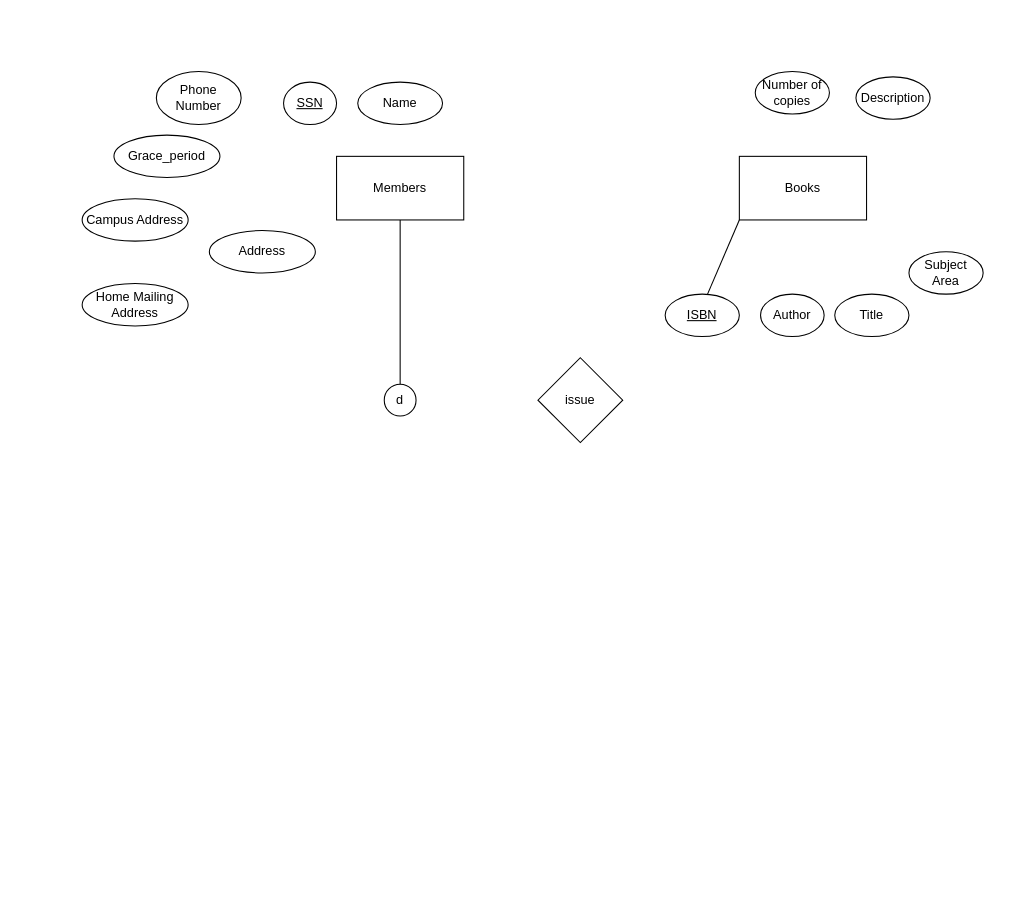
The draw.io diagram er.drawio in aditpatil10/Library-Management-System, before the edit. Source tidied: cells renumbered, new cells numbered last; positions are measured from the earlier drawing's top-left corner, leaving out a move shared by most shapes. Both pictures are drawn from the tidied source at 106%, with x=0, y=0 at pixel (82, 71).
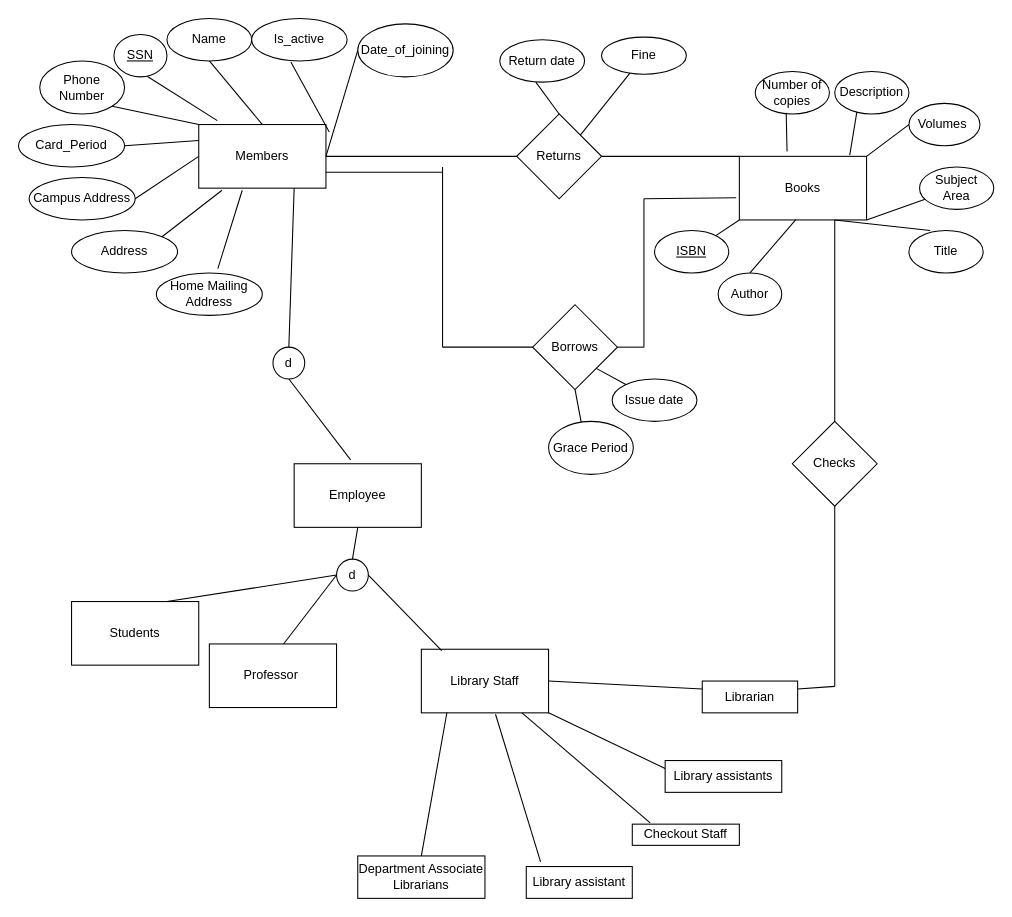
Above is the later version.

The change refers to these unchanged cells:
```xml
<mxCell id="4" value="Books" style="rounded=0;whiteSpace=wrap;html=1;" parent="1" vertex="1">
  <mxGeometry x="620" y="80" width="120" height="60" as="geometry" />
</mxCell>
<mxCell id="20" value="Number of copies" style="ellipse;whiteSpace=wrap;html=1;align=center;" parent="1" vertex="1">
  <mxGeometry x="635" width="70" height="40" as="geometry" />
</mxCell>
```

The edit, as a diff of the source:
```diff
@@
     <mxCell id="2" style="rounded=0;whiteSpace=wrap;html=1;" parent="1" vertex="1">
-      <mxGeometry x="240" y="80" width="120" height="60" as="geometry" />
+      <mxGeometry x="110" y="50" width="120" height="60" as="geometry" />
     </mxCell>
     <mxCell id="3" value="Members" style="text;html=1;strokeColor=none;fillColor=none;align=center;verticalAlign=middle;whiteSpace=wrap;rounded=0;" parent="1" vertex="1">
-      <mxGeometry x="280" y="100" width="40" height="20" as="geometry" />
+      <mxGeometry x="150" y="70" width="40" height="20" as="geometry" />
     </mxCell>
@@
-    <mxCell id="5" style="endArrow=none;html=1;" parent="1" edge="1">
+    <mxCell id="5" style="endArrow=none;html=1;" parent="1" edge="1" source="16">
       <mxGeometry relative="1" as="geometry">
-        <mxPoint x="590" y="210" as="sourcePoint" />
         <mxPoint x="620" y="140" as="targetPoint" />
       </mxGeometry>
     </mxCell>
-    <mxCell id="6" value="issue" style="rhombus;whiteSpace=wrap;html=1;" parent="1" vertex="1">
-      <mxGeometry x="430" y="270" width="80" height="80" as="geometry" />
+    <mxCell id="6" value="Borrows" style="rhombus;whiteSpace=wrap;html=1;" parent="1" vertex="1">
+      <mxGeometry x="425" y="220" width="80" height="80" as="geometry" />
     </mxCell>
     <mxCell id="7" value="SSN" style="ellipse;whiteSpace=wrap;html=1;fontStyle=4;" parent="1" vertex="1">
-      <mxGeometry x="190" y="10" width="50" height="40" as="geometry" />
+      <mxGeometry x="30" y="-35" width="50" height="40" as="geometry" />
     </mxCell>
     <mxCell id="8" value="Name" style="ellipse;whiteSpace=wrap;html=1;" parent="1" vertex="1">
-      <mxGeometry x="260" y="10" width="80" height="40" as="geometry" />
+      <mxGeometry x="80" y="-50" width="80" height="40" as="geometry" />
     </mxCell>
     <mxCell id="9" value="Phone Number" style="ellipse;whiteSpace=wrap;html=1;" parent="1" vertex="1">
-      <mxGeometry x="70" width="80" height="50" as="geometry" />
+      <mxGeometry x="-40" y="-10" width="80" height="50" as="geometry" />
     </mxCell>
     <mxCell id="10" value="Campus Address" style="ellipse;whiteSpace=wrap;html=1;align=center;" parent="1" vertex="1">
-      <mxGeometry y="120" width="100" height="40" as="geometry" />
+      <mxGeometry x="-50" y="100" width="100" height="40" as="geometry" />
     </mxCell>
     <mxCell id="11" value="Address" style="ellipse;whiteSpace=wrap;html=1;align=center;" parent="1" vertex="1">
-      <mxGeometry x="120" y="150" width="100" height="40" as="geometry" />
+      <mxGeometry x="-10" y="150" width="100" height="40" as="geometry" />
     </mxCell>
     <mxCell id="12" value="Home Mailing Address" style="ellipse;whiteSpace=wrap;html=1;align=center;" parent="1" vertex="1">
-      <mxGeometry y="200" width="100" height="40" as="geometry" />
+      <mxGeometry x="70" y="190" width="100" height="40" as="geometry" />
     </mxCell>
     <mxCell id="13" value="d" style="ellipse;whiteSpace=wrap;html=1;" parent="1" vertex="1">
-      <mxGeometry x="285" y="295" width="30" height="30" as="geometry" />
+      <mxGeometry x="180" y="260" width="30" height="30" as="geometry" />
     </mxCell>
-    <mxCell id="14" style="endArrow=none;html=1;entryX=0.5;entryY=1;entryDx=0;entryDy=0;exitX=0.5;exitY=0;exitDx=0;exitDy=0;" parent="1" edge="1" source="13" target="2">
+    <mxCell id="14" style="endArrow=none;html=1;entryX=0.75;entryY=1;entryDx=0;entryDy=0;exitX=0.5;exitY=0;exitDx=0;exitDy=0;" parent="1" edge="1" source="13" target="2">
       <mxGeometry relative="1" as="geometry" />
     </mxCell>
-    <mxCell id="15" value="Grace_period" style="ellipse;whiteSpace=wrap;html=1;align=center;" parent="1" vertex="1">
-      <mxGeometry x="30" y="60" width="100" height="40" as="geometry" />
+    <mxCell id="15" value="Card_Period" style="ellipse;whiteSpace=wrap;html=1;align=center;" parent="1" vertex="1">
+      <mxGeometry x="-60" y="50" width="100" height="40" as="geometry" />
     </mxCell>
-    <mxCell id="16" value="ISBN" style="ellipse;whiteSpace=wrap;html=1;align=center;fontStyle=4;" parent="1" vertex="1">
-      <mxGeometry x="550" y="210" width="70" height="40" as="geometry" />
-    </mxCell>
     <mxCell id="17" value="Author" style="ellipse;whiteSpace=wrap;html=1;align=center;" parent="1" vertex="1">
-      <mxGeometry x="640" y="210" width="60" height="40" as="geometry" />
+      <mxGeometry x="600" y="190" width="60" height="40" as="geometry" />
     </mxCell>
     <mxCell id="18" value="Title" style="ellipse;whiteSpace=wrap;html=1;align=center;" parent="1" vertex="1">
-      <mxGeometry x="710" y="210" width="70" height="40" as="geometry" />
+      <mxGeometry x="780" y="150" width="70" height="40" as="geometry" />
     </mxCell>
     <mxCell id="19" value="Subject Area" style="ellipse;whiteSpace=wrap;html=1;align=center;" parent="1" vertex="1">
-      <mxGeometry x="780" y="170" width="70" height="40" as="geometry" />
+      <mxGeometry x="790" y="90" width="70" height="40" as="geometry" />
     </mxCell>
@@
     <mxCell id="21" value="Description" style="ellipse;whiteSpace=wrap;html=1;align=center;" parent="1" vertex="1">
-      <mxGeometry x="730" y="5" width="70" height="40" as="geometry" />
+      <mxGeometry x="710" width="70" height="40" as="geometry" />
     </mxCell>
+    <mxCell id="22" style="endArrow=none;html=1;entryX=0.444;entryY=0.994;entryDx=0;entryDy=0;entryPerimeter=0;exitX=0.5;exitY=0;exitDx=0;exitDy=0;" parent="1" edge="1" source="17" target="4">
+      <mxGeometry relative="1" as="geometry" />
+    </mxCell>
+    <mxCell id="23" style="endArrow=none;html=1;entryX=1;entryY=1;entryDx=0;entryDy=0;" parent="1" edge="1" source="19" target="4">
+      <mxGeometry relative="1" as="geometry" />
+    </mxCell>
+    <mxCell id="24" style="endArrow=none;html=1;entryX=0.75;entryY=1;entryDx=0;entryDy=0;exitX=0.286;exitY=0;exitDx=0;exitDy=0;exitPerimeter=0;" parent="1" edge="1" source="18" target="4">
+      <mxGeometry relative="1" as="geometry" />
+    </mxCell>
+    <mxCell id="16" value="ISBN" style="ellipse;whiteSpace=wrap;html=1;align=center;fontStyle=4;" parent="1" vertex="1">
+      <mxGeometry x="540" y="150" width="70" height="40" as="geometry" />
+    </mxCell>
+    <mxCell id="25" style="endArrow=none;html=1;exitX=0.868;exitY=-0.019;exitDx=0;exitDy=0;exitPerimeter=0;entryX=0.298;entryY=0.95;entryDx=0;entryDy=0;entryPerimeter=0;" parent="1" edge="1" source="4" target="21">
+      <mxGeometry relative="1" as="geometry" />
+    </mxCell>
+    <mxCell id="26" style="endArrow=none;html=1;entryX=0.417;entryY=0.971;entryDx=0;entryDy=0;entryPerimeter=0;exitX=0.375;exitY=-0.075;exitDx=0;exitDy=0;exitPerimeter=0;" parent="1" edge="1" source="4" target="20">
+      <mxGeometry relative="1" as="geometry" />
+    </mxCell>
+    <mxCell id="27" style="endArrow=none;html=1;entryX=0.5;entryY=1;entryDx=0;entryDy=0;exitX=0.5;exitY=0;exitDx=0;exitDy=0;" parent="1" edge="1" source="2" target="8">
+      <mxGeometry relative="1" as="geometry" />
+    </mxCell>
+    <mxCell id="28" style="endArrow=none;html=1;exitX=1;exitY=0;exitDx=0;exitDy=0;entryX=0.183;entryY=1.033;entryDx=0;entryDy=0;entryPerimeter=0;" parent="1" edge="1" source="11" target="2">
+      <mxGeometry relative="1" as="geometry" />
+    </mxCell>
+    <mxCell id="29" style="endArrow=none;html=1;entryX=0.633;entryY=0.992;entryDx=0;entryDy=0;entryPerimeter=0;exitX=0.146;exitY=-0.061;exitDx=0;exitDy=0;exitPerimeter=0;" parent="1" edge="1" source="2" target="7">
+      <mxGeometry relative="1" as="geometry" />
+    </mxCell>
+    <mxCell id="30" style="endArrow=none;html=1;exitX=1;exitY=1;exitDx=0;exitDy=0;entryX=0;entryY=0;entryDx=0;entryDy=0;" parent="1" edge="1" source="9" target="2">
+      <mxGeometry relative="1" as="geometry" />
+    </mxCell>
+    <mxCell id="31" style="endArrow=none;html=1;exitX=1;exitY=0.5;exitDx=0;exitDy=0;entryX=0;entryY=0.25;entryDx=0;entryDy=0;" parent="1" edge="1" source="15" target="2">
+      <mxGeometry relative="1" as="geometry" />
+    </mxCell>
+    <mxCell id="32" style="endArrow=none;html=1;exitX=1;exitY=0.5;exitDx=0;exitDy=0;entryX=0;entryY=0.5;entryDx=0;entryDy=0;" parent="1" edge="1" source="10" target="2">
+      <mxGeometry relative="1" as="geometry" />
+    </mxCell>
+    <mxCell id="33" value="Is_active" style="ellipse;whiteSpace=wrap;html=1;" parent="1" vertex="1">
+      <mxGeometry x="160" y="-50" width="90" height="40" as="geometry" />
+    </mxCell>
+    <mxCell id="34" style="endArrow=none;html=1;exitX=1.026;exitY=0.116;exitDx=0;exitDy=0;exitPerimeter=0;entryX=0.41;entryY=1.023;entryDx=0;entryDy=0;entryPerimeter=0;" parent="1" edge="1" source="2" target="33">
+      <mxGeometry relative="1" as="geometry" />
+    </mxCell>
+    <mxCell id="35" value="Date_of_joining" style="ellipse;whiteSpace=wrap;html=1;" parent="1" vertex="1">
+      <mxGeometry x="260" y="-45" width="90" height="50" as="geometry" />
+    </mxCell>
+    <mxCell id="36" style="endArrow=none;html=1;exitX=1;exitY=0.5;exitDx=0;exitDy=0;entryX=0;entryY=0.5;entryDx=0;entryDy=0;" parent="1" edge="1" source="2" target="35">
+      <mxGeometry relative="1" as="geometry" />
+    </mxCell>
+    <mxCell id="37" value="Employee" style="rounded=0;whiteSpace=wrap;html=1;" parent="1" vertex="1">
+      <mxGeometry x="200" y="370" width="120" height="60" as="geometry" />
+    </mxCell>
+    <mxCell id="38" style="endArrow=none;html=1;exitX=0.444;exitY=-0.061;exitDx=0;exitDy=0;exitPerimeter=0;entryX=0.5;entryY=1;entryDx=0;entryDy=0;" parent="1" edge="1" source="37" target="13">
+      <mxGeometry relative="1" as="geometry" />
+    </mxCell>
+    <mxCell id="39" style="endArrow=none;html=1;entryX=0;entryY=0.5;entryDx=0;entryDy=0;" parent="1" edge="1" target="42">
+      <mxGeometry relative="1" as="geometry">
+        <mxPoint x="190" y="540" as="sourcePoint" />
+      </mxGeometry>
+    </mxCell>
+    <mxCell id="40" value="Professor&amp;nbsp;" style="rounded=0;whiteSpace=wrap;html=1;" parent="1" vertex="1">
+      <mxGeometry x="120" y="540" width="120" height="60" as="geometry" />
+    </mxCell>
+    <mxCell id="41" value="Library Staff" style="rounded=0;whiteSpace=wrap;html=1;" parent="1" vertex="1">
+      <mxGeometry x="320" y="545" width="120" height="60" as="geometry" />
+    </mxCell>
+    <mxCell id="42" value="d" style="ellipse;whiteSpace=wrap;html=1;" parent="1" vertex="1">
+      <mxGeometry x="240" y="460" width="30" height="30" as="geometry" />
+    </mxCell>
+    <mxCell id="43" style="endArrow=none;html=1;exitX=0.5;exitY=0;exitDx=0;exitDy=0;entryX=0.5;entryY=1;entryDx=0;entryDy=0;" parent="1" edge="1" source="42" target="37">
+      <mxGeometry relative="1" as="geometry" />
+    </mxCell>
+    <mxCell id="44" style="endArrow=none;html=1;entryX=1;entryY=0.5;entryDx=0;entryDy=0;exitX=0.16;exitY=0.022;exitDx=0;exitDy=0;exitPerimeter=0;" parent="1" edge="1" source="41" target="42">
+      <mxGeometry relative="1" as="geometry" />
+    </mxCell>
+    <mxCell id="45" value="Librarian" style="rounded=0;whiteSpace=wrap;html=1;" parent="1" vertex="1">
+      <mxGeometry x="585" y="575" width="90" height="30" as="geometry" />
+    </mxCell>
+    <mxCell id="46" value="Checkout Staff" style="rounded=0;whiteSpace=wrap;html=1;" parent="1" vertex="1">
+      <mxGeometry x="519" y="710" width="101" height="20" as="geometry" />
+    </mxCell>
+    <mxCell id="47" value="Department Associate Librarians" style="rounded=0;whiteSpace=wrap;html=1;" parent="1" vertex="1">
+      <mxGeometry x="260" y="740" width="120" height="40" as="geometry" />
+    </mxCell>
+    <mxCell id="48" value="Library assistant" style="rounded=0;whiteSpace=wrap;html=1;" parent="1" vertex="1">
+      <mxGeometry x="419" y="750" width="100" height="30" as="geometry" />
+    </mxCell>
+    <mxCell id="49" value="Library assistants" style="rounded=0;whiteSpace=wrap;html=1;" parent="1" vertex="1">
+      <mxGeometry x="550" y="650" width="110" height="30" as="geometry" />
+    </mxCell>
+    <mxCell id="50" style="endArrow=none;html=1;entryX=0.201;entryY=0.994;entryDx=0;entryDy=0;entryPerimeter=0;exitX=0.5;exitY=0;exitDx=0;exitDy=0;" parent="1" edge="1" source="47" target="41">
+      <mxGeometry relative="1" as="geometry" />
+    </mxCell>
+    <mxCell id="51" style="endArrow=none;html=1;entryX=0.583;entryY=1.022;entryDx=0;entryDy=0;entryPerimeter=0;exitX=0.135;exitY=-0.15;exitDx=0;exitDy=0;exitPerimeter=0;" parent="1" edge="1" source="48" target="41">
+      <mxGeometry relative="1" as="geometry" />
+    </mxCell>
+    <mxCell id="52" style="endArrow=none;html=1;exitX=0.167;exitY=-0.058;exitDx=0;exitDy=0;exitPerimeter=0;" parent="1" edge="1" source="46" target="41">
+      <mxGeometry relative="1" as="geometry" />
+    </mxCell>
+    <mxCell id="53" style="endArrow=none;html=1;entryX=1;entryY=1;entryDx=0;entryDy=0;exitX=0;exitY=0.25;exitDx=0;exitDy=0;" parent="1" edge="1" source="49" target="41">
+      <mxGeometry relative="1" as="geometry" />
+    </mxCell>
+    <mxCell id="54" style="endArrow=none;html=1;exitX=1;exitY=0.5;exitDx=0;exitDy=0;entryX=0;entryY=0.25;entryDx=0;entryDy=0;" parent="1" edge="1" source="41" target="45">
+      <mxGeometry relative="1" as="geometry" />
+    </mxCell>
+    <mxCell id="55" style="endArrow=none;html=1;entryX=0;entryY=0.5;entryDx=0;entryDy=0;" parent="1" edge="1" target="6">
+      <mxGeometry relative="1" as="geometry">
+        <mxPoint x="340" y="260" as="sourcePoint" />
+      </mxGeometry>
+    </mxCell>
+    <mxCell id="56" style="endArrow=none;html=1;" parent="1" edge="1">
+      <mxGeometry relative="1" as="geometry">
+        <mxPoint x="340" y="260" as="sourcePoint" />
+        <mxPoint x="340" y="90" as="targetPoint" />
+      </mxGeometry>
+    </mxCell>
+    <mxCell id="57" style="endArrow=none;html=1;" parent="1" edge="1">
+      <mxGeometry relative="1" as="geometry">
+        <mxPoint x="530" y="260" as="sourcePoint" />
+        <mxPoint x="530" y="120" as="targetPoint" />
+      </mxGeometry>
+    </mxCell>
+    <mxCell id="58" style="endArrow=none;html=1;exitX=1;exitY=0.5;exitDx=0;exitDy=0;" parent="1" edge="1" source="6">
+      <mxGeometry relative="1" as="geometry">
+        <mxPoint x="530" y="260" as="targetPoint" />
+      </mxGeometry>
+    </mxCell>
+    <mxCell id="59" style="endArrow=none;html=1;entryX=-0.025;entryY=0.65;entryDx=0;entryDy=0;entryPerimeter=0;" parent="1" edge="1" target="4">
+      <mxGeometry relative="1" as="geometry">
+        <mxPoint x="530" y="120" as="sourcePoint" />
+      </mxGeometry>
+    </mxCell>
+    <mxCell id="60" style="endArrow=none;html=1;exitX=0.5;exitY=1;exitDx=0;exitDy=0;entryX=0.5;entryY=1;entryDx=0;entryDy=0;" parent="1" edge="1" source="6" target="61">
+      <mxGeometry relative="1" as="geometry" />
+    </mxCell>
+    <mxCell id="61" value="Grace Period" style="ellipse;whiteSpace=wrap;html=1;" parent="1" vertex="1">
+      <mxGeometry x="440" y="330" width="80" height="50" as="geometry" />
+    </mxCell>
+    <mxCell id="62" style="endArrow=none;html=1;exitX=0.58;exitY=-0.1;exitDx=0;exitDy=0;exitPerimeter=0;entryX=0.342;entryY=1.033;entryDx=0;entryDy=0;entryPerimeter=0;" parent="1" edge="1" source="12" target="2">
+      <mxGeometry relative="1" as="geometry" />
+    </mxCell>
+    <mxCell id="63" style="endArrow=none;html=1;exitX=1;exitY=0.75;exitDx=0;exitDy=0;" parent="1" edge="1" source="2">
+      <mxGeometry relative="1" as="geometry">
+        <mxPoint x="340" y="95" as="targetPoint" />
+      </mxGeometry>
+    </mxCell>
+    <mxCell id="64" value="Issue date" style="ellipse;whiteSpace=wrap;html=1;" parent="1" vertex="1">
+      <mxGeometry x="500" y="290" width="80" height="40" as="geometry" />
+    </mxCell>
+    <mxCell id="65" style="endArrow=none;html=1;entryX=1;entryY=1;entryDx=0;entryDy=0;" parent="1" edge="1" source="64" target="6">
+      <mxGeometry relative="1" as="geometry" />
+    </mxCell>
+    <mxCell id="66" value="Returns" style="rhombus;whiteSpace=wrap;html=1;" parent="1" vertex="1">
+      <mxGeometry x="410" y="40" width="80" height="80" as="geometry" />
+    </mxCell>
+    <mxCell id="67" style="endArrow=none;html=1;exitX=1;exitY=0.5;exitDx=0;exitDy=0;entryX=0;entryY=0.5;entryDx=0;entryDy=0;" parent="1" edge="1" source="2" target="66">
+      <mxGeometry relative="1" as="geometry" />
+    </mxCell>
+    <mxCell id="68" style="endArrow=none;html=1;exitX=1;exitY=0.5;exitDx=0;exitDy=0;entryX=0;entryY=0;entryDx=0;entryDy=0;" parent="1" edge="1" source="66" target="4">
+      <mxGeometry relative="1" as="geometry" />
+    </mxCell>
+    <mxCell id="69" value="Return date" style="ellipse;whiteSpace=wrap;html=1;" parent="1" vertex="1">
+      <mxGeometry x="394" y="-30" width="80" height="40" as="geometry" />
+    </mxCell>
+    <mxCell id="70" style="endArrow=none;html=1;entryX=0.425;entryY=1;entryDx=0;entryDy=0;entryPerimeter=0;exitX=0.5;exitY=0;exitDx=0;exitDy=0;" parent="1" edge="1" source="66" target="69">
+      <mxGeometry relative="1" as="geometry" />
+    </mxCell>
+    <mxCell id="71" style="endArrow=none;html=1;exitX=1;exitY=0;exitDx=0;exitDy=0;" parent="1" edge="1" source="66" target="72">
+      <mxGeometry relative="1" as="geometry" />
+    </mxCell>
+    <mxCell id="72" value="Fine" style="ellipse;whiteSpace=wrap;html=1;" parent="1" vertex="1">
+      <mxGeometry x="490" y="-32.5" width="80" height="35" as="geometry" />
+    </mxCell>
+    <mxCell id="73" value="Checks" style="rhombus;whiteSpace=wrap;html=1;" parent="1" vertex="1">
+      <mxGeometry x="670" y="330" width="80" height="80" as="geometry" />
+    </mxCell>
+    <mxCell id="74" style="endArrow=none;html=1;entryX=0.75;entryY=1;entryDx=0;entryDy=0;exitX=0.5;exitY=0;exitDx=0;exitDy=0;" parent="1" edge="1" source="73" target="4">
+      <mxGeometry relative="1" as="geometry" />
+    </mxCell>
+    <mxCell id="75" style="endArrow=none;html=1;entryX=0.5;entryY=1;entryDx=0;entryDy=0;" parent="1" edge="1" target="73">
+      <mxGeometry relative="1" as="geometry">
+        <mxPoint x="710" y="580" as="sourcePoint" />
+      </mxGeometry>
+    </mxCell>
+    <mxCell id="76" style="endArrow=none;html=1;exitX=1;exitY=0.25;exitDx=0;exitDy=0;" parent="1" edge="1" source="45">
+      <mxGeometry relative="1" as="geometry">
+        <mxPoint x="710" y="580" as="targetPoint" />
+      </mxGeometry>
+    </mxCell>
+    <mxCell id="77" value="Students" style="rounded=0;whiteSpace=wrap;html=1;" parent="1" vertex="1">
+      <mxGeometry x="-10" y="500" width="120" height="60" as="geometry" />
+    </mxCell>
+    <mxCell id="78" style="endArrow=none;html=1;entryX=0;entryY=0.5;entryDx=0;entryDy=0;exitX=0.75;exitY=0;exitDx=0;exitDy=0;" parent="1" edge="1" source="77" target="42">
+      <mxGeometry relative="1" as="geometry" />
+    </mxCell>
+    <mxCell id="79" value="Volumes&amp;nbsp;" style="ellipse;whiteSpace=wrap;html=1;" parent="1" vertex="1">
+      <mxGeometry x="780" y="30" width="67" height="40" as="geometry" />
+    </mxCell>
+    <mxCell id="80" style="endArrow=none;html=1;exitX=1;exitY=0;exitDx=0;exitDy=0;entryX=0;entryY=0.5;entryDx=0;entryDy=0;" parent="1" edge="1" source="4" target="79">
+      <mxGeometry relative="1" as="geometry" />
+    </mxCell>
```
